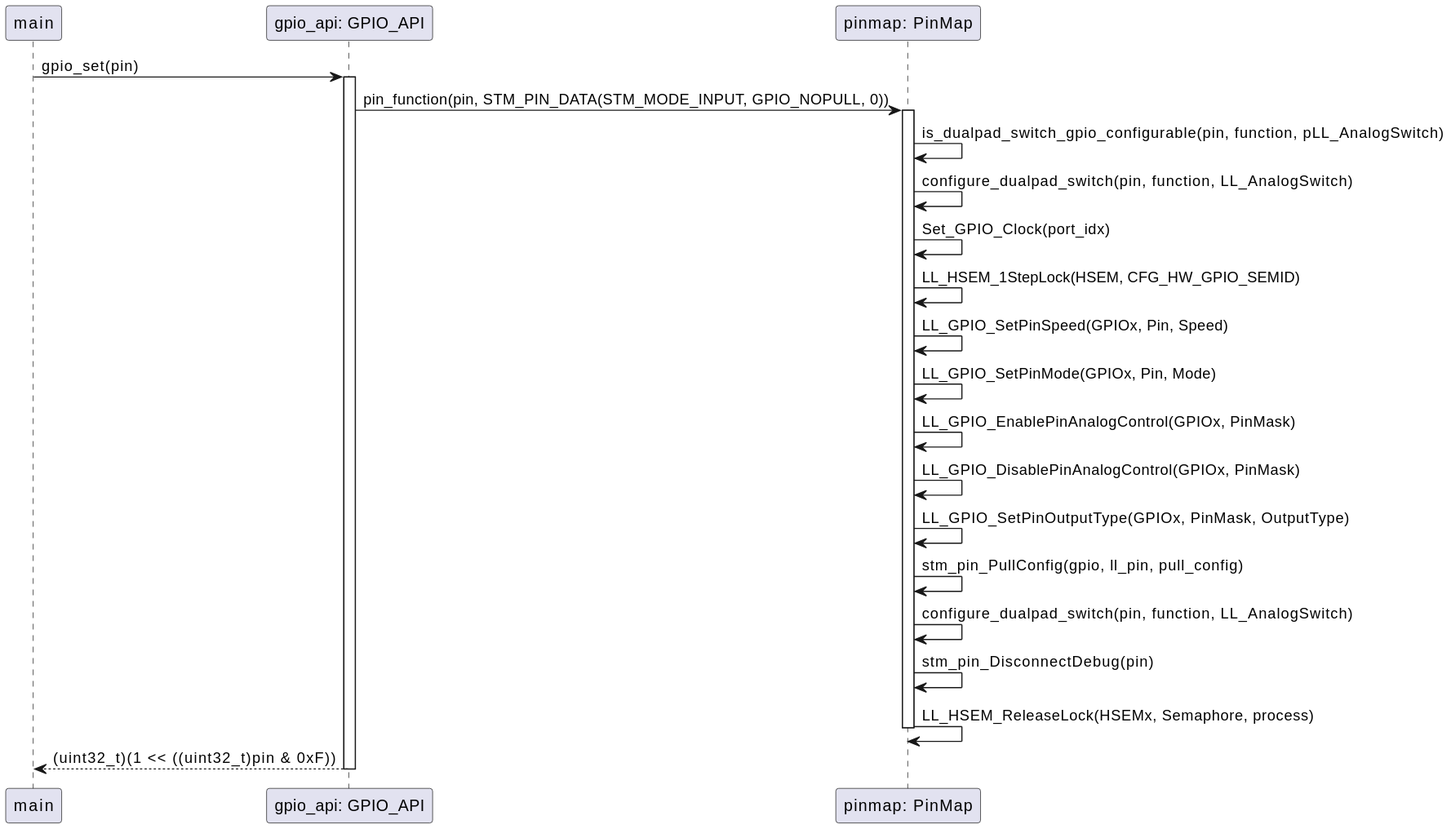
This is ai-design/sequence/gpio_set.svg from Bhagyani08/test_project, a PlantUML export, as it was before one commit.
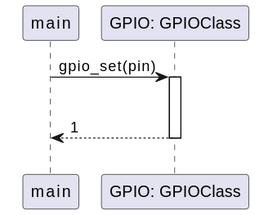
The same diagram one commit later.

Commit message:
Auto-update AI design diagrams

Diff of the diagram source:
```diff
@@ -1,30 +1,11 @@
 @startuml
 participant "main" as Main
-participant "gpio_api: GPIO_API" as GPIO_API
-participant "pinmap: PinMap" as PinMap
+participant "GPIO: GPIOClass" as GPIO
 
-Main -> GPIO_API : gpio_set(pin)
-activate GPIO_API
-
-GPIO_API -> PinMap : pin_function(pin, STM_PIN_DATA(STM_MODE_INPUT, GPIO_NOPULL, 0))
-activate PinMap
-
-PinMap -> PinMap : is_dualpad_switch_gpio_configurable(pin, function, pLL_AnalogSwitch)
-PinMap -> PinMap : configure_dualpad_switch(pin, function, LL_AnalogSwitch)
-PinMap -> PinMap : Set_GPIO_Clock(port_idx)
-PinMap -> PinMap : LL_HSEM_1StepLock(HSEM, CFG_HW_GPIO_SEMID)
-PinMap -> PinMap : LL_GPIO_SetPinSpeed(GPIOx, Pin, Speed)
-PinMap -> PinMap : LL_GPIO_SetPinMode(GPIOx, Pin, Mode)
-PinMap -> PinMap : LL_GPIO_EnablePinAnalogControl(GPIOx, PinMask)
-PinMap -> PinMap : LL_GPIO_DisablePinAnalogControl(GPIOx, PinMask)
-PinMap -> PinMap : LL_GPIO_SetPinOutputType(GPIOx, PinMask, OutputType)
-PinMap -> PinMap : stm_pin_PullConfig(gpio, ll_pin, pull_config)
-PinMap -> PinMap : configure_dualpad_switch(pin, function, LL_AnalogSwitch)
-PinMap -> PinMap : stm_pin_DisconnectDebug(pin)
-PinMap -> PinMap : LL_HSEM_ReleaseLock(HSEMx, Semaphore, process)
-
-deactivate PinMap
-
-GPIO_API --> Main : (uint32_t)(1 << ((uint32_t)pin & 0xF))
-deactivate GPIO_API
+Main -> GPIO : gpio_set(pin)
+activate GPIO
+alt [pin is valid]
+    GPIO --> Main : 1
+else [end]
+deactivate GPIO
 @enduml
```
